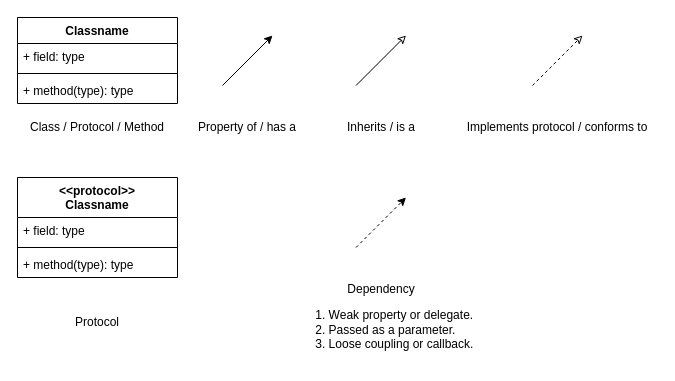
The draw.io diagram page "Description" (1 of 2) of Class Diagram.drawio in tla-trebla/Class-Diagram, before the edit. Source tidied: cells renumbered, new cells numbered last; positions are measured from the earlier drawing's top-left corner, leaving out a move shared by most shapes. Both pictures are drawn from the tidied source at 100%, with x=0, y=0 at pixel (17, 17).
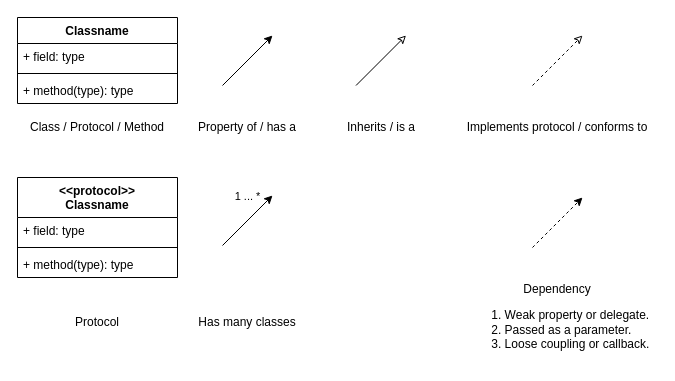
After the change.

Commit message:
Updated explanation tab.

The edit, as a diff of the source:
```diff
@@
     <mxCell id="13" style="endArrow=classic;html=1;endFill=1;dashed=1;" parent="1" edge="1">
       <mxGeometry relative="1" as="geometry">
-        <mxPoint x="338.5" y="230" as="sourcePoint" />
-        <mxPoint x="388.5" y="180" as="targetPoint" />
+        <mxPoint x="515" y="230" as="sourcePoint" />
+        <mxPoint x="565" y="180" as="targetPoint" />
       </mxGeometry>
     </mxCell>
     <mxCell id="14" value="Dependency&lt;br&gt;&lt;ol&gt;&lt;li style=&quot;text-align: left&quot;&gt;Weak property or delegate.&lt;/li&gt;&lt;li style=&quot;text-align: left&quot;&gt;Passed as a parameter.&lt;/li&gt;&lt;li style=&quot;text-align: left&quot;&gt;Loose coupling or callback.&lt;/li&gt;&lt;/ol&gt;" style="text;html=1;strokeColor=none;fillColor=none;align=center;verticalAlign=middle;whiteSpace=wrap;rounded=0;" parent="1" vertex="1">
-      <mxGeometry x="269.5" y="265" width="188" height="80" as="geometry" />
+      <mxGeometry x="446" y="265" width="188" height="80" as="geometry" />
     </mxCell>
@@
+    <mxCell id="20" style="endArrow=classic;html=1;" parent="1" edge="1">
+      <mxGeometry relative="1" as="geometry">
+        <mxPoint x="205" y="228" as="sourcePoint" />
+        <mxPoint x="255" y="178" as="targetPoint" />
+      </mxGeometry>
+    </mxCell>
+    <mxCell id="21" value="1 ... *" style="edgeLabel;html=1;align=center;verticalAlign=middle;" parent="20" vertex="1">
+      <mxGeometry x="0.07" y="3" relative="1" as="geometry">
+        <mxPoint y="-21" as="offset" />
+      </mxGeometry>
+    </mxCell>
+    <mxCell id="22" value="Has many classes" style="text;html=1;strokeColor=none;fillColor=none;align=center;verticalAlign=middle;whiteSpace=wrap;rounded=0;" parent="1" vertex="1">
+      <mxGeometry x="170" y="295" width="120" height="20" as="geometry" />
+    </mxCell>
```
